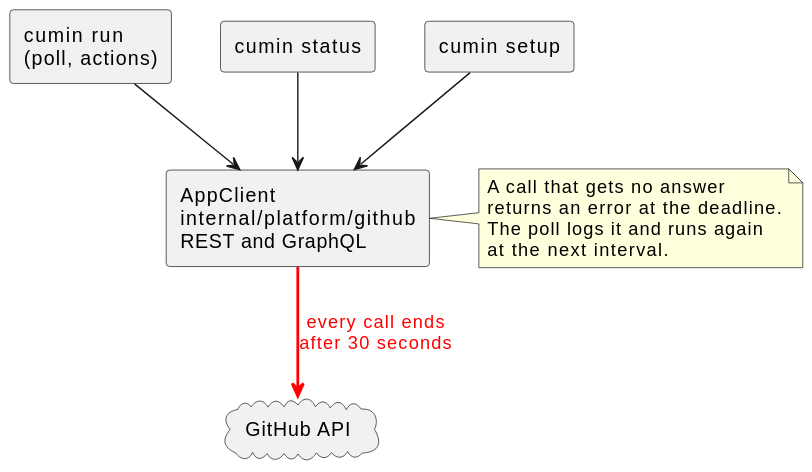
The PlantUML diagram docs/ja/designs/github-call-deadline.svg in cloveclovedev/cumin-works, before a commit.
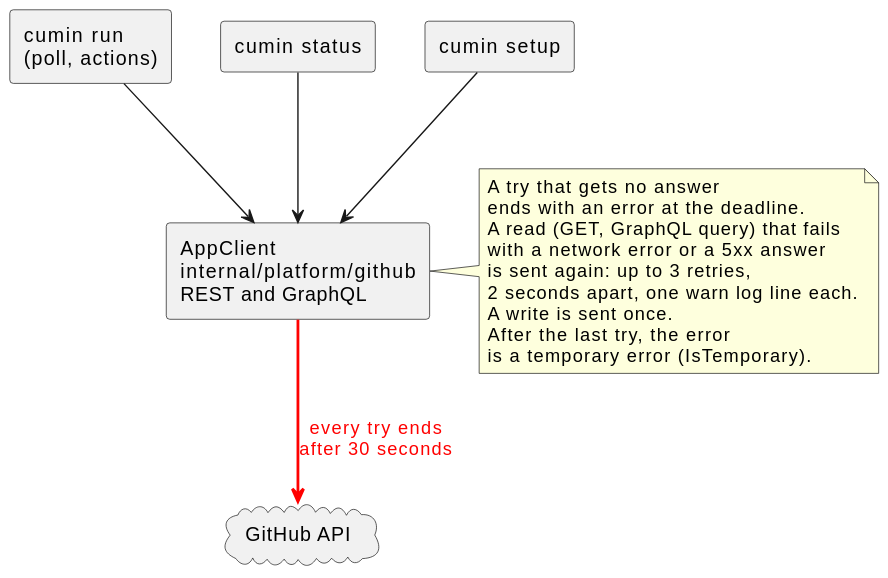
Later version of the same file.

What changed in the source:
```diff
@@ -11,12 +11,17 @@
 run --> client
 status --> client
 setup --> client
-client -[#red,bold]-> api : <color:red>every call ends\n<color:red>after 30 seconds</color>
+client -[#red,bold]-> api : <color:red>every try ends\n<color:red>after 30 seconds</color>
 
 note right of client
-  A call that gets no answer
-  returns an error at the deadline.
-  The poll logs it and runs again
-  at the next interval.
+  A try that gets no answer
+  ends with an error at the deadline.
+  A read (GET, GraphQL query) that fails
+  with a network error or a 5xx answer
+  is sent again: up to 3 retries,
+  2 seconds apart, one warn log line each.
+  A write is sent once.
+  After the last try, the error
+  is a temporary error (IsTemporary).
 end note
 @enduml
```
